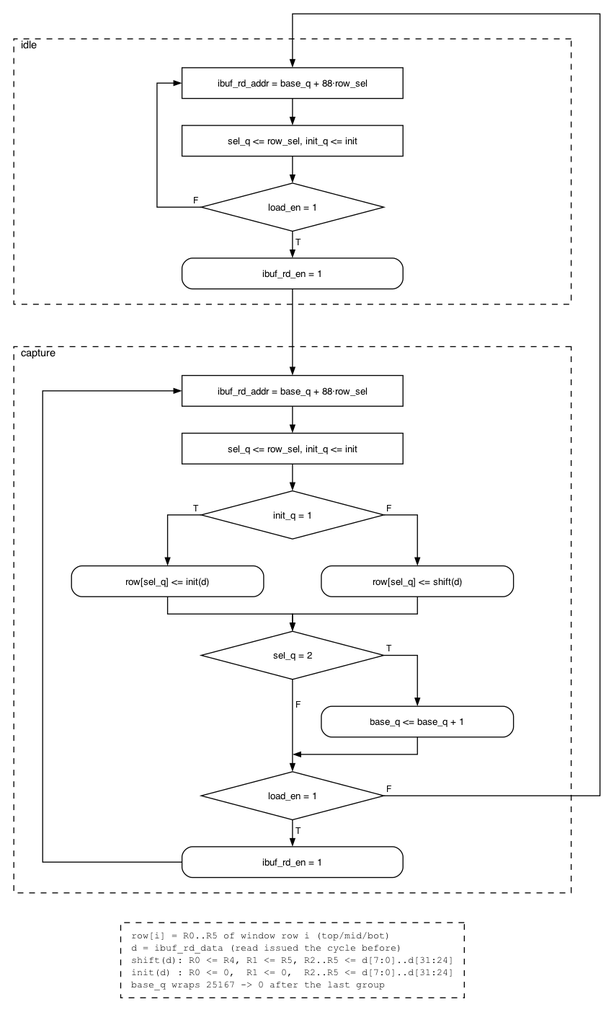
Before: report/figures/loader_asm.png, a diagram exported from Graphviz (denizlg24/02203_assignement_2). Its source is kept beside it as report/figures/loader_asm.dot.
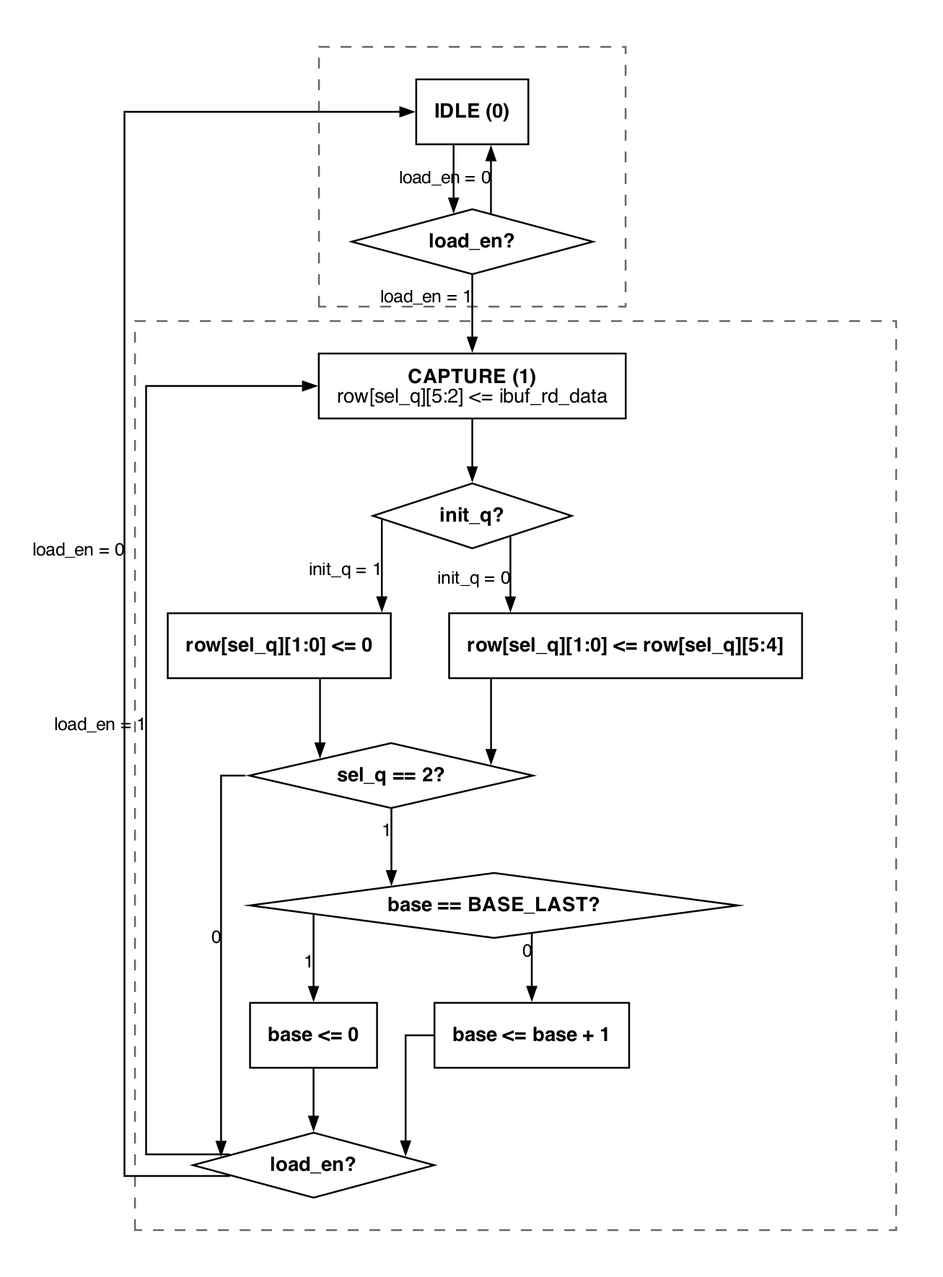
After the commit.

Change to the diagram source:
```diff
@@ -1,41 +1,40 @@
 digraph loader_asm {
-    graph [bgcolor="white", splines=true, outputorder=nodesfirst, pad=0.2];
-    node [fontname="Helvetica", fontsize=10, fixedsize=true];
-    edge [fontname="Helvetica", fontsize=9, arrowsize=0.7];
-
-    cluster_idle [shape=box, style=dashed, label="idle\l", labelloc=t, fontsize=11, width=8.056, height=3.833, pos="0.0,870.0"];
-    cluster_capture [shape=box, style=dashed, label="capture\l", labelloc=t, fontsize=11, width=8.056, height=7.889, pos="0.0,404.0"];
-
-    i_b1 [shape=box, label="ibuf_rd_addr = base_q + 88·row_sel", width=3.194, height=0.444, pos="0.0,962.0"];
-    i_b2 [shape=box, label="sel_q <= row_sel, init_q <= init", width=3.194, height=0.444, pos="0.0,902.0"];
-    i_d [shape=diamond, label="load_en = 1", width=2.639, height=0.694, pos="0.0,833.0"];
-    o_rd1 [shape=box, style=rounded, label="ibuf_rd_en = 1", width=3.194, height=0.444, pos="0.0,764.0"];
-    c_b1 [shape=box, label="ibuf_rd_addr = base_q + 88·row_sel", width=3.194, height=0.444, pos="0.0,642.0"];
-    c_b2 [shape=box, label="sel_q <= row_sel, init_q <= init", width=3.194, height=0.444, pos="0.0,582.0"];
-    c_d1 [shape=diamond, label="init_q = 1", width=2.639, height=0.694, pos="0.0,513.0"];
-    o_init [shape=box, style=rounded, label="row[sel_q] <= init(d)", width=2.778, height=0.444, pos="-130.0,444.0"];
-    o_shift [shape=box, style=rounded, label="row[sel_q] <= shift(d)", width=2.778, height=0.444, pos="130.0,444.0"];
-    c_d2 [shape=diamond, label="sel_q = 2", width=2.639, height=0.694, pos="0.0,367.0"];
-    o_base [shape=box, style=rounded, label="base_q <= base_q + 1", width=2.778, height=0.444, pos="130.0,298.0"];
-    c_d3 [shape=diamond, label="load_en = 1", width=2.639, height=0.694, pos="0.0,221.0"];
-    o_rd2 [shape=box, style=rounded, label="ibuf_rd_en = 1", width=3.194, height=0.444, pos="0.0,152.0"];
-    note0 [shape=box, fixedsize=false, style=dashed, fontsize=10, fontname="Courier", margin="0.15,0.1", label="row[i] = R0..R5 of window row i (top/mid/bot)\ld = ibuf_rd_data (read issued the cycle before)\lshift(d): R0 <= R4, R1 <= R5, R2..R5 <= d[7:0]..d[31:24]\linit(d) : R0 <= 0,  R1 <= 0,  R2..R5 <= d[7:0]..d[31:24]\lbase_q wraps 25167 -> 0 after the last group\l", pos="0.0,50.0"];
-
-    i_b1 -> i_b2 [pos="e,0.0,918.0 0.0,946.0 0.0,946.0 0.0,925.0 0.0,925.0"];
-    i_b2 -> i_d [pos="e,0.0,858.0 0.0,886.0 0.0,886.0 0.0,865.0 0.0,865.0"];
-    i_d -> i_b1 [pos="e,-115.0,962.0 -95.0,833.0 -95.0,833.0 -141.0,833.0 -141.0,833.0 -141.0,833.0 -141.0,962.0 -141.0,962.0 -141.0,962.0 -122.0,962.0 -122.0,962.0", label="F", lp="-100.3,840.4"];
-    i_d -> o_rd1 [pos="e,0.0,780.0 0.0,808.0 0.0,808.0 0.0,787.0 0.0,787.0", label="T", lp="6.3,796.8"];
-    o_rd1 -> c_b1 [pos="e,0.0,658.0 0.0,748.0 0.0,748.0 0.0,665.0 0.0,665.0"];
-    c_b1 -> c_b2 [pos="e,0.0,598.0 0.0,626.0 0.0,626.0 0.0,605.0 0.0,605.0"];
-    c_b2 -> c_d1 [pos="e,0.0,538.0 0.0,566.0 0.0,566.0 0.0,545.0 0.0,545.0"];
-    c_d1 -> o_init [pos="e,-130.0,460.0 -95.0,513.0 -95.0,513.0 -130.0,513.0 -130.0,513.0 -130.0,513.0 -130.0,467.0 -130.0,467.0", label="T", lp="-100.3,520.4"];
-    c_d1 -> o_shift [pos="e,130.0,460.0 95.0,513.0 95.0,513.0 130.0,513.0 130.0,513.0 130.0,513.0 130.0,467.0 130.0,467.0", label="F", lp="100.3,520.4"];
-    o_init -> c_d2 [pos="e,0.0,392.0 -130.0,428.0 -130.0,428.0 -130.0,410.0 -130.0,410.0 -130.0,410.0 0.0,410.0 0.0,410.0 0.0,410.0 0.0,399.0 0.0,399.0"];
-    o_shift -> c_d2 [pos="e,0.0,392.0 130.0,428.0 130.0,428.0 130.0,410.0 130.0,410.0 130.0,410.0 0.0,410.0 0.0,410.0 0.0,410.0 0.0,399.0 0.0,399.0"];
-    c_d2 -> o_base [pos="e,130.0,314.0 95.0,367.0 95.0,367.0 130.0,367.0 130.0,367.0 130.0,367.0 130.0,321.0 130.0,321.0", label="T", lp="100.3,374.4"];
-    o_base -> c_d3 [pos="e,0.0,264.0 130.0,282.0 130.0,282.0 130.0,264.0 130.0,264.0 130.0,264.0 7.0,264.0 7.0,264.0"];
-    c_d2 -> c_d3 [pos="e,0.0,246.0 0.0,342.0 0.0,342.0 0.0,253.0 0.0,253.0", label="F", lp="6.3,316.0"];
-    c_d3 -> o_rd2 [pos="e,0.0,168.0 0.0,196.0 0.0,196.0 0.0,175.0 0.0,175.0", label="T", lp="6.3,184.8"];
-    o_rd2 -> c_b1 [pos="e,-115.0,642.0 -115.0,152.0 -115.0,152.0 -260.0,152.0 -260.0,152.0 -260.0,152.0 -260.0,642.0 -260.0,642.0 -260.0,642.0 -122.0,642.0 -122.0,642.0"];
-    c_d3 -> i_b1 [pos="e,0.0,978.0 95.0,221.0 95.0,221.0 320.0,221.0 320.0,221.0 320.0,221.0 320.0,1034.0 320.0,1034.0 320.0,1034.0 0.0,1034.0 0.0,1034.0 0.0,1034.0 0.0,985.0 0.0,985.0", label="F", lp="100.3,228.4"];
+    graph [bgcolor="white", rankdir=TB, splines=ortho, pad=0.25, nodesep=0.45, ranksep=0.5];
+    node [fontname="Helvetica", fontsize=11, margin="0.14,0.09"];
+    edge [fontname="Helvetica", fontsize=10, arrowsize=0.7];
+    idle [shape=box, label=<<B>IDLE (0)</B>>];
+    cap [shape=box, label=<<B>CAPTURE (1)</B><BR/>row[sel_q][5:2] &lt;= ibuf_rd_data<BR ALIGN="LEFT"/>>];
+    req0 [shape=diamond, label=<<B>load_en?</B>>];
+    req1 [shape=diamond, label=<<B>load_en?</B>>];
+    init [shape=diamond, label=<<B>init_q?</B>>];
+    bottom [shape=diamond, label=<<B>sel_q == 2?</B>>];
+    last [shape=diamond, label=<<B>base == BASE_LAST?</B>>];
+    zero [shape=box, label=<<B>row[sel_q][1:0] &lt;= 0</B>>];
+    carry [shape=box, label=<<B>row[sel_q][1:0] &lt;= row[sel_q][5:4]</B>>];
+    wrap [shape=box, label=<<B>base &lt;= 0</B>>];
+    inc [shape=box, label=<<B>base &lt;= base + 1</B>>];
+    idle -> req0;
+    req0 -> idle [xlabel="load_en = 0", constraint=false];
+    req0 -> cap [xlabel="load_en = 1"];
+    cap -> init;
+    init -> zero [xlabel="init_q = 1"];
+    init -> carry [xlabel="init_q = 0"];
+    zero -> bottom;
+    carry -> bottom;
+    bottom -> last [xlabel="1"];
+    bottom -> req1 [xlabel="0"];
+    last -> wrap [xlabel="1"];
+    last -> inc [xlabel="0"];
+    wrap -> req1;
+    inc -> req1;
+    req1 -> cap [xlabel="load_en = 1", constraint=false];
+    req1 -> idle [xlabel="load_en = 0", constraint=false];
+    subgraph cluster_idle {
+        graph [style=dashed, color="#666666", penwidth=1, margin=18, label=""];
+        idle; req0;
+    }
+    subgraph cluster_capture {
+        graph [style=dashed, color="#666666", penwidth=1, margin=18, label=""];
+        cap; init; zero; carry; bottom; last; wrap; inc; req1;
+    }
 }
```
